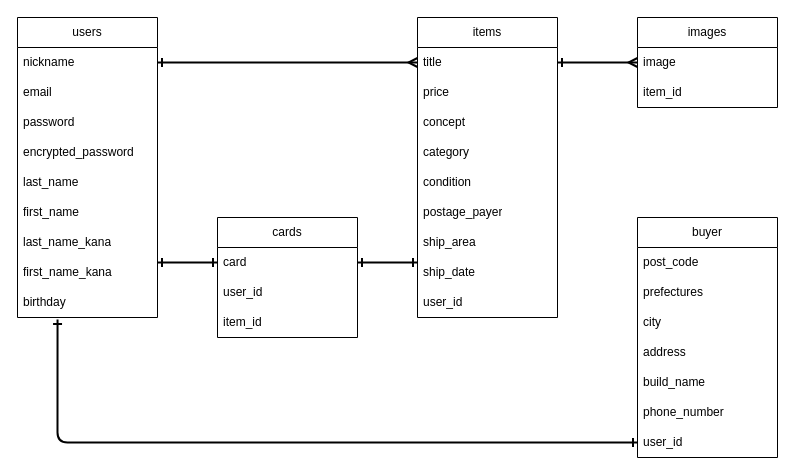
Above: er.dio in nobuyuki-hirai/furima-38643 (draw.io), before the change. Source tidied: cells renumbered, new cells numbered last; positions are measured from the earlier drawing's top-left corner, leaving out a move shared by most shapes. Both pictures are drawn from the tidied source at 100%, with x=0, y=0 at pixel (17, 17).
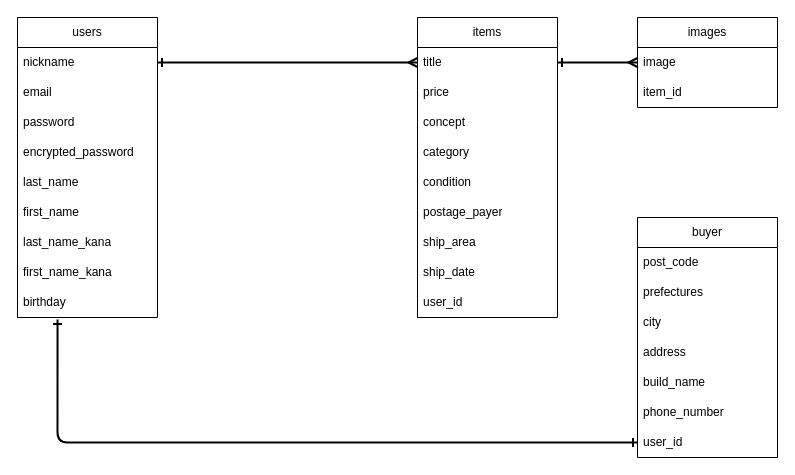
Above is the later version.

Commit message (it also covers changes not shown here):
cardテーブルの削除

Unchanged cells that the change refers to:
```xml
<mxCell id="10" value="first_name_kana" style="text;strokeColor=none;fillColor=none;align=left;verticalAlign=middle;spacingLeft=4;spacingRight=4;overflow=hidden;points=[[0,0.5],[1,0.5]];portConstraint=eastwest;whiteSpace=wrap;html=1;" parent="2" vertex="1">
  <mxGeometry y="240" width="140" height="30" as="geometry" />
</mxCell>
<mxCell id="20" value="ship_date" style="text;strokeColor=none;fillColor=none;align=left;verticalAlign=middle;spacingLeft=4;spacingRight=4;overflow=hidden;points=[[0,0.5],[1,0.5]];portConstraint=eastwest;whiteSpace=wrap;html=1;" parent="12" vertex="1">
  <mxGeometry y="240" width="140" height="30" as="geometry" />
</mxCell>
```

What changed in the source:
```diff
@@
-    <mxCell id="25" value="cards" style="swimlane;fontStyle=0;horizontal=1;startSize=30;whiteSpace=wrap;html=1;" parent="1" vertex="1">
-      <mxGeometry x="200" y="200" width="140" height="120" as="geometry" />
-    </mxCell>
-    <mxCell id="26" value="card" style="text;strokeColor=none;fillColor=none;align=left;verticalAlign=middle;spacingLeft=4;spacingRight=4;overflow=hidden;points=[[0,0.5],[1,0.5]];portConstraint=eastwest;whiteSpace=wrap;html=1;" parent="25" vertex="1">
-      <mxGeometry y="30" width="140" height="30" as="geometry" />
-    </mxCell>
-    <mxCell id="27" value="user_id" style="text;strokeColor=none;fillColor=none;align=left;verticalAlign=middle;spacingLeft=4;spacingRight=4;overflow=hidden;whiteSpace=wrap;html=1;" parent="25" vertex="1">
-      <mxGeometry y="60" width="140" height="30" as="geometry" />
-    </mxCell>
-    <mxCell id="28" value="item_id" style="text;strokeColor=none;fillColor=none;align=left;verticalAlign=middle;spacingLeft=4;spacingRight=4;overflow=hidden;whiteSpace=wrap;html=1;" parent="25" vertex="1">
-      <mxGeometry y="90" width="140" height="30" as="geometry" />
-    </mxCell>
@@
-    <mxCell id="37" style="edgeStyle=none;html=1;exitX=0;exitY=0.5;exitDx=0;exitDy=0;entryX=1;entryY=0.167;entryDx=0;entryDy=0;entryPerimeter=0;startArrow=ERone;startFill=0;endArrow=ERone;endFill=0;strokeWidth=2;" parent="1" edge="1" source="26" target="10">
-      <mxGeometry relative="1" as="geometry" />
-    </mxCell>
-    <mxCell id="38" style="edgeStyle=none;html=1;exitX=1;exitY=0.5;exitDx=0;exitDy=0;entryX=0;entryY=0.167;entryDx=0;entryDy=0;entryPerimeter=0;strokeWidth=2;startArrow=ERone;startFill=0;endArrow=ERone;endFill=0;" parent="1" edge="1" source="26" target="20">
-      <mxGeometry relative="1" as="geometry" />
-    </mxCell>
```
